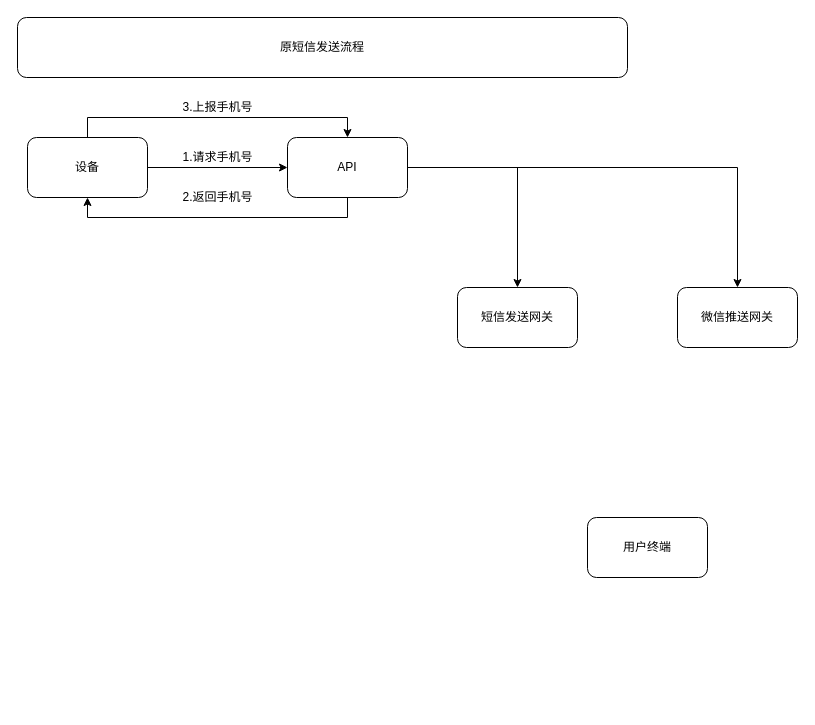
Before: sms.drawio in mandarenmanman/apidoc, a draw.io diagram. Source tidied: cells renumbered, new cells numbered last; positions are measured from the earlier drawing's top-left corner, leaving out a move shared by most shapes. Both pictures are drawn from the tidied source at 100%, with x=0, y=0 at pixel (17, 17).
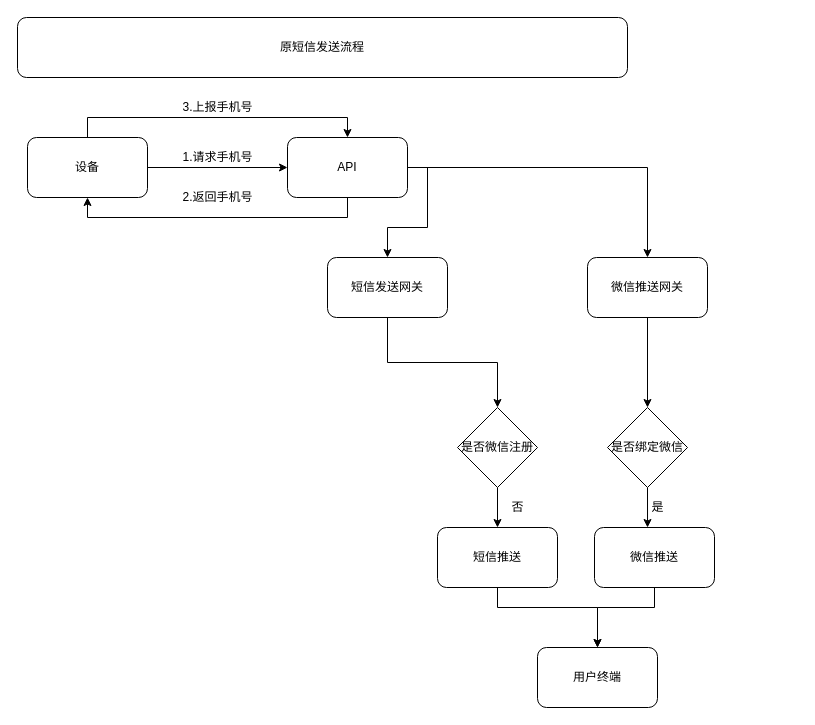
After the change.

What changed in the source:
```diff
@@
+    <mxCell id="16" style="edgeStyle=orthogonalEdgeStyle;rounded=0;jettySize=auto;html=1;exitX=0.5;exitY=1;exitDx=0;exitDy=0;entryX=0.5;entryY=0;entryDx=0;entryDy=0;" parent="1" edge="1" source="13" target="19">
+      <mxGeometry relative="1" as="geometry" />
+    </mxCell>
     <mxCell id="13" value="短信发送网关" style="rounded=1;whiteSpace=wrap;html=1;" parent="1" vertex="1">
-      <mxGeometry x="440" y="270" width="120" height="60" as="geometry" />
+      <mxGeometry x="310" y="240" width="120" height="60" as="geometry" />
     </mxCell>
+    <mxCell id="17" style="edgeStyle=orthogonalEdgeStyle;rounded=0;jettySize=auto;html=1;exitX=0.5;exitY=1;exitDx=0;exitDy=0;entryX=0.5;entryY=0;entryDx=0;entryDy=0;" parent="1" edge="1" source="14" target="25">
+      <mxGeometry relative="1" as="geometry" />
+    </mxCell>
     <mxCell id="14" value="微信推送网关" style="rounded=1;whiteSpace=wrap;html=1;" parent="1" vertex="1">
-      <mxGeometry x="660" y="270" width="120" height="60" as="geometry" />
+      <mxGeometry x="570" y="240" width="120" height="60" as="geometry" />
     </mxCell>
     <mxCell id="15" value="用户终端" style="rounded=1;whiteSpace=wrap;html=1;" parent="1" vertex="1">
-      <mxGeometry x="570" y="500" width="120" height="60" as="geometry" />
+      <mxGeometry x="520" y="630" width="120" height="60" as="geometry" />
     </mxCell>
+    <mxCell id="18" style="edgeStyle=orthogonalEdgeStyle;rounded=0;jettySize=auto;html=1;exitX=0.5;exitY=1;exitDx=0;exitDy=0;entryX=0.5;entryY=0;entryDx=0;entryDy=0;" parent="1" edge="1" source="19" target="21">
+      <mxGeometry relative="1" as="geometry" />
+    </mxCell>
+    <mxCell id="19" value="是否微信注册" style="rhombus;whiteSpace=wrap;html=1;" parent="1" vertex="1">
+      <mxGeometry x="440" y="390" width="80" height="80" as="geometry" />
+    </mxCell>
+    <mxCell id="20" style="edgeStyle=orthogonalEdgeStyle;rounded=0;jettySize=auto;html=1;exitX=0.5;exitY=1;exitDx=0;exitDy=0;entryX=0.5;entryY=0;entryDx=0;entryDy=0;" parent="1" edge="1" source="21" target="15">
+      <mxGeometry relative="1" as="geometry">
+        <Array as="points">
+          <mxPoint x="480" y="590" />
+          <mxPoint x="580" y="590" />
+        </Array>
+      </mxGeometry>
+    </mxCell>
+    <mxCell id="21" value="短信推送" style="rounded=1;whiteSpace=wrap;html=1;" parent="1" vertex="1">
+      <mxGeometry x="420" y="510" width="120" height="60" as="geometry" />
+    </mxCell>
+    <mxCell id="22" style="edgeStyle=orthogonalEdgeStyle;rounded=0;jettySize=auto;html=1;exitX=0.5;exitY=1;exitDx=0;exitDy=0;entryX=0.5;entryY=0;entryDx=0;entryDy=0;" parent="1" edge="1" source="23" target="15">
+      <mxGeometry relative="1" as="geometry">
+        <Array as="points">
+          <mxPoint x="637" y="590" />
+          <mxPoint x="580" y="590" />
+        </Array>
+      </mxGeometry>
+    </mxCell>
+    <mxCell id="23" value="微信推送" style="rounded=1;whiteSpace=wrap;html=1;" parent="1" vertex="1">
+      <mxGeometry x="577" y="510" width="120" height="60" as="geometry" />
+    </mxCell>
+    <mxCell id="24" style="edgeStyle=orthogonalEdgeStyle;rounded=0;jettySize=auto;html=1;exitX=0.5;exitY=1;exitDx=0;exitDy=0;entryX=0.442;entryY=0;entryDx=0;entryDy=0;entryPerimeter=0;" parent="1" edge="1" source="25" target="23">
+      <mxGeometry relative="1" as="geometry" />
+    </mxCell>
+    <mxCell id="25" value="是否绑定微信" style="rhombus;whiteSpace=wrap;html=1;" parent="1" vertex="1">
+      <mxGeometry x="590" y="390" width="80" height="80" as="geometry" />
+    </mxCell>
+    <mxCell id="26" value="否" style="text;html=1;align=center;verticalAlign=middle;strokeColor=none;fillColor=none;" parent="1" vertex="1">
+      <mxGeometry x="480" y="475" width="40" height="30" as="geometry" />
+    </mxCell>
+    <mxCell id="27" value="是" style="text;html=1;align=center;verticalAlign=middle;strokeColor=none;fillColor=none;" parent="1" vertex="1">
+      <mxGeometry x="620" y="475" width="40" height="30" as="geometry" />
+    </mxCell>
```
